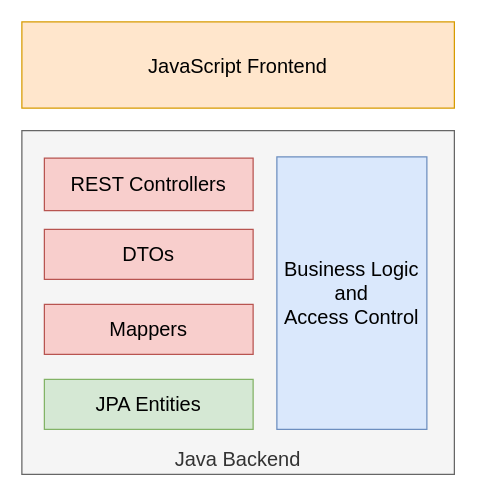
The draw.io diagram page "principles-model-1" (3 of 14) of content/modules/concepts/diagrams/features.drawio in jmix-framework/jmix-docs, before the edit. Source tidied: cells renumbered, new cells numbered last; positions are measured from the earlier drawing's top-left corner, leaving out a move shared by most shapes. Both pictures are drawn from the tidied source at 125%, with x=0, y=0 at pixel (21, 21).
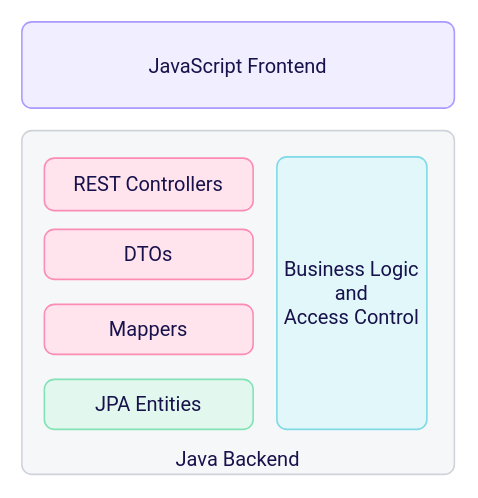
The same page after the edit.

The edit, as a diff of the source:
```diff
@@
 <mxGraphModel>
   <root>
     <mxCell id="0" />
     <mxCell id="1" parent="0" />
-    <mxCell id="2" value="Java Backend" style="rounded=0;whiteSpace=wrap;html=1;fontSize=16;verticalAlign=bottom;align=center;fillColor=#f5f5f5;fontColor=#333333;strokeColor=#666666;" parent="1" vertex="1">
+    <mxCell id="2" value="Java Backend" style="rounded=1;whiteSpace=wrap;html=1;fontSize=16;verticalAlign=bottom;align=center;fillColor=#f6f7f9;fontColor=#17124b;strokeColor=#cfd3da;fontFamily=Roboto, Helvetica, Arial;strokeWidth=1.25;absoluteArcSize=1;arcSize=16;" parent="1" vertex="1">
       <mxGeometry y="87" width="346" height="275" as="geometry" />
     </mxCell>
-    <mxCell id="3" value="JPA Entities" style="rounded=0;whiteSpace=wrap;html=1;fontSize=16;fillColor=#d5e8d4;strokeColor=#82b366;" parent="1" vertex="1">
+    <mxCell id="3" value="JPA Entities" style="rounded=1;whiteSpace=wrap;html=1;fontSize=16;fillColor=#e2f8ee;strokeColor=#83e2b6;fontFamily=Roboto, Helvetica, Arial;fontColor=#17124b;strokeWidth=1.25;absoluteArcSize=1;arcSize=16;" parent="1" vertex="1">
       <mxGeometry x="18" y="286" width="167" height="40" as="geometry" />
     </mxCell>
-    <mxCell id="4" value="Mappers" style="rounded=0;whiteSpace=wrap;html=1;fontSize=16;fillColor=#f8cecc;strokeColor=#b85450;" parent="1" vertex="1">
+    <mxCell id="4" value="Mappers" style="rounded=1;whiteSpace=wrap;html=1;fontSize=16;fillColor=#ffe4ee;strokeColor=#fb8db4;fontFamily=Roboto, Helvetica, Arial;fontColor=#17124b;strokeWidth=1.25;absoluteArcSize=1;arcSize=16;" parent="1" vertex="1">
       <mxGeometry x="18" y="226" width="167" height="40" as="geometry" />
     </mxCell>
-    <mxCell id="5" value="DTOs" style="rounded=0;whiteSpace=wrap;html=1;fontSize=16;fillColor=#f8cecc;strokeColor=#b85450;" parent="1" vertex="1">
+    <mxCell id="5" value="DTOs" style="rounded=1;whiteSpace=wrap;html=1;fontSize=16;fillColor=#ffe4ee;strokeColor=#fb8db4;fontFamily=Roboto, Helvetica, Arial;fontColor=#17124b;strokeWidth=1.25;absoluteArcSize=1;arcSize=16;" parent="1" vertex="1">
       <mxGeometry x="18" y="166" width="167" height="40" as="geometry" />
     </mxCell>
-    <mxCell id="6" value="REST Controllers" style="rounded=0;whiteSpace=wrap;html=1;fontSize=16;fillColor=#f8cecc;strokeColor=#b85450;" parent="1" vertex="1">
+    <mxCell id="6" value="REST Controllers" style="rounded=1;whiteSpace=wrap;html=1;fontSize=16;fillColor=#ffe4ee;strokeColor=#fb8db4;fontFamily=Roboto, Helvetica, Arial;fontColor=#17124b;strokeWidth=1.25;absoluteArcSize=1;arcSize=16;" parent="1" vertex="1">
       <mxGeometry x="18" y="109" width="167" height="42" as="geometry" />
     </mxCell>
-    <mxCell id="7" value="Business Logic and &lt;br&gt;Access Control" style="rounded=0;whiteSpace=wrap;html=1;fontSize=16;fillColor=#dae8fc;strokeColor=#6c8ebf;" parent="1" vertex="1">
+    <mxCell id="7" value="Business Logic and &lt;br&gt;Access Control" style="rounded=1;whiteSpace=wrap;html=1;fontSize=16;fillColor=#e2f7fa;strokeColor=#7fd9e6;fontFamily=Roboto, Helvetica, Arial;fontColor=#17124b;strokeWidth=1.25;absoluteArcSize=1;arcSize=16;" parent="1" vertex="1">
       <mxGeometry x="204" y="108" width="120" height="218" as="geometry" />
     </mxCell>
-    <mxCell id="8" value="JavaScript Frontend" style="rounded=0;whiteSpace=wrap;html=1;fontSize=16;verticalAlign=middle;align=center;fillColor=#ffe6cc;strokeColor=#d79b00;" parent="1" vertex="1">
+    <mxCell id="8" value="JavaScript Frontend" style="rounded=1;whiteSpace=wrap;html=1;fontSize=16;verticalAlign=middle;align=center;fillColor=#f0eeff;strokeColor=#a99bff;fontFamily=Roboto, Helvetica, Arial;fontColor=#17124b;strokeWidth=1.25;absoluteArcSize=1;arcSize=16;" parent="1" vertex="1">
       <mxGeometry width="346" height="69" as="geometry" />
     </mxCell>
   </root>
 </mxGraphModel>
```
